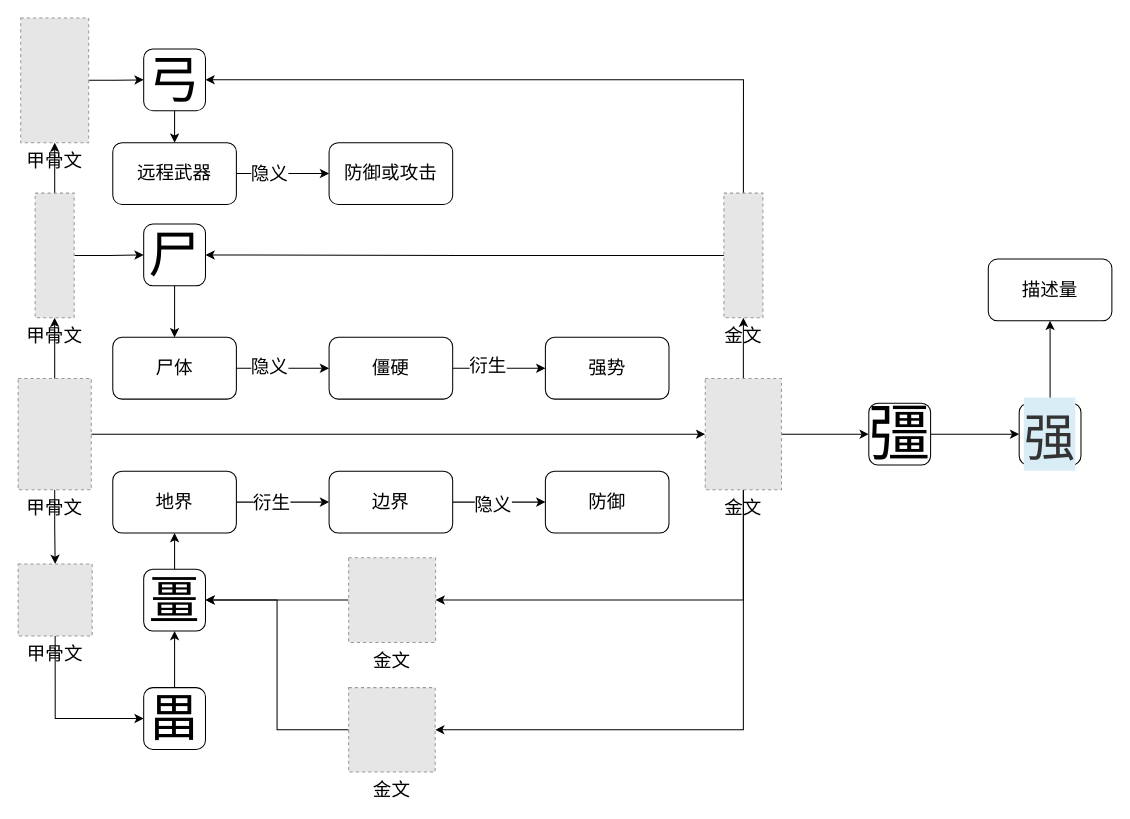
Above: page "强" (1 of 2) of diagram/sound_gang.drawio in GongLongDong/ChineseOrigin (draw.io), before the change. Source tidied: cells renumbered, new cells numbered last; positions are measured from the earlier drawing's top-left corner, leaving out a move shared by most shapes. Both pictures are drawn from the tidied source at 103%, with x=0, y=0 at pixel (18, 18). Pictures stored in the file or linked from it are replaced by grey dashed boxes.
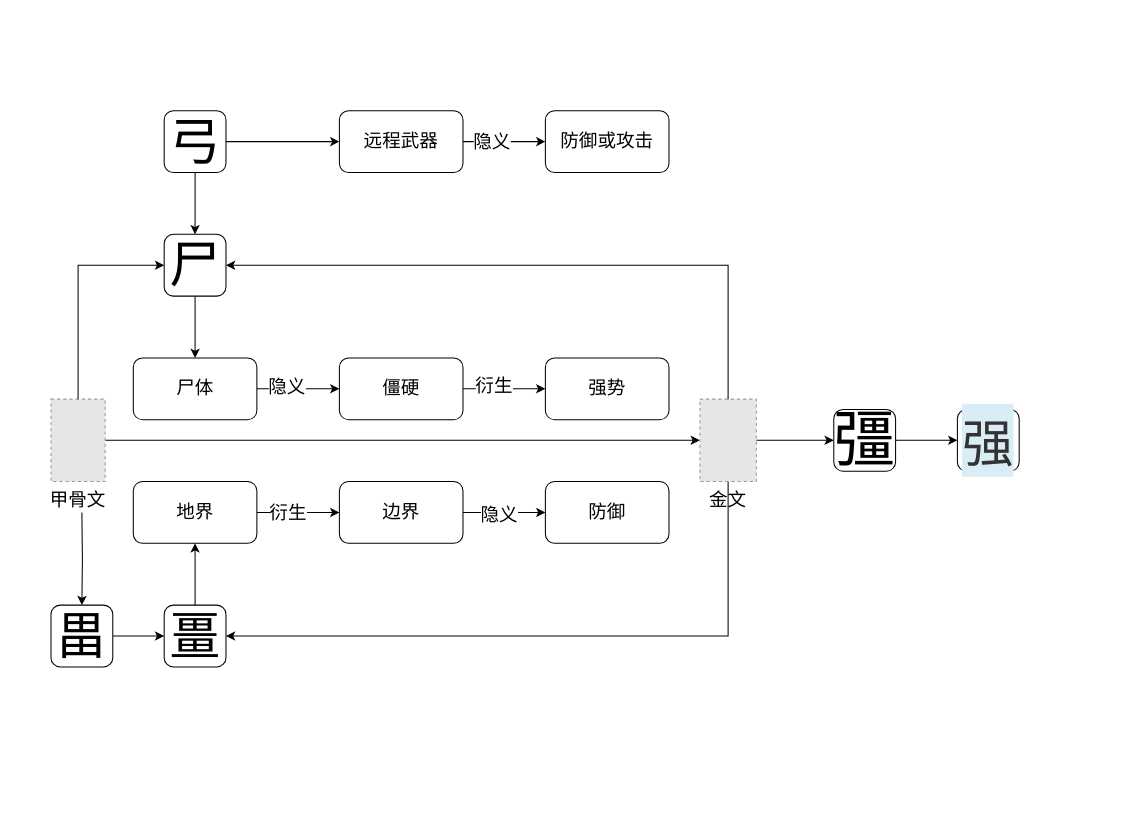
Above is the later version.

Diff of the diagram source:
```diff
@@
     <mxCell id="4" value="尸体" style="rounded=1;whiteSpace=wrap;html=1;fontSize=18;" parent="1" vertex="1">
-      <mxGeometry x="92" y="310" width="120" height="60" as="geometry" />
+      <mxGeometry x="111.9" y="330" width="120" height="60" as="geometry" />
     </mxCell>
-    <mxCell id="5" style="edgeStyle=orthogonalEdgeStyle;rounded=0;jettySize=auto;html=1;entryX=0;entryY=0.5;entryDx=0;entryDy=0;" parent="1" edge="1" source="6" target="27">
-      <mxGeometry relative="1" as="geometry" />
-    </mxCell>
-    <mxCell id="6" value="甲骨文" style="fillColor=#E6E6E6;strokeColor=#999999;dashed=1;verticalLabelPosition=bottom;verticalAlign=top;fontSize=18;" parent="1" vertex="1">
-      <mxGeometry x="2.6" width="66" height="121" as="geometry" />
-    </mxCell>
-    <mxCell id="7" style="edgeStyle=orthogonalEdgeStyle;rounded=0;jettySize=auto;html=1;entryX=0.5;entryY=1;entryDx=0;entryDy=0;" parent="1" edge="1" source="9" target="6">
-      <mxGeometry relative="1" as="geometry" />
-    </mxCell>
-    <mxCell id="8" style="edgeStyle=orthogonalEdgeStyle;rounded=0;jettySize=auto;html=1;entryX=0;entryY=0.5;entryDx=0;entryDy=0;" parent="1" edge="1" source="9" target="29">
-      <mxGeometry relative="1" as="geometry" />
-    </mxCell>
-    <mxCell id="9" value="甲骨文" style="fillColor=#E6E6E6;strokeColor=#999999;dashed=1;verticalLabelPosition=bottom;verticalAlign=top;fontSize=18;" parent="1" vertex="1">
-      <mxGeometry x="16.6" y="170" width="37.9" height="121" as="geometry" />
-    </mxCell>
-    <mxCell id="10" style="edgeStyle=orthogonalEdgeStyle;rounded=0;jettySize=auto;html=1;" parent="1" edge="1" source="12" target="18">
+    <mxCell id="10" style="edgeStyle=orthogonalEdgeStyle;rounded=0;jettySize=auto;html=1;exitX=1;exitY=0.5;exitDx=0;exitDy=0;" parent="1" edge="1" source="12" target="18">
       <mxGeometry relative="1" as="geometry" />
     </mxCell>
-    <mxCell id="11" style="edgeStyle=orthogonalEdgeStyle;rounded=0;jettySize=auto;html=1;entryX=0.5;entryY=0;entryDx=0;entryDy=0;fontSize=50;" parent="1" edge="1" source="12" target="22">
-      <mxGeometry relative="1" as="geometry" />
-    </mxCell>
+    <mxCell id="56" style="edgeStyle=orthogonalEdgeStyle;rounded=0;jettySize=auto;html=1;entryX=0.5;entryY=0;entryDx=0;entryDy=0;fontSize=18;" parent="1" edge="1" target="54">
+      <mxGeometry relative="1" as="geometry">
+        <mxPoint x="62" y="480" as="sourcePoint" />
+      </mxGeometry>
+    </mxCell>
     <mxCell id="12" value="甲骨文" style="fillColor=#E6E6E6;strokeColor=#999999;dashed=1;verticalLabelPosition=bottom;verticalAlign=top;fontSize=18;" parent="1" vertex="1">
-      <mxGeometry x="0.1" y="350" width="71" height="108" as="geometry" />
+      <mxGeometry x="32" y="370" width="52.6" height="80" as="geometry" />
     </mxCell>
+    <mxCell id="14" style="edgeStyle=orthogonalEdgeStyle;rounded=0;jettySize=auto;html=1;entryX=0;entryY=0.5;entryDx=0;entryDy=0;exitX=0.5;exitY=0;exitDx=0;exitDy=0;" parent="1" edge="1" source="12" target="29">
+      <mxGeometry relative="1" as="geometry" />
+    </mxCell>
+    <mxCell id="57" style="edgeStyle=orthogonalEdgeStyle;rounded=0;jettySize=auto;html=1;entryX=1;entryY=0.5;entryDx=0;entryDy=0;fontSize=18;exitX=0.5;exitY=1;exitDx=0;exitDy=0;" parent="1" edge="1" source="18" target="34">
+      <mxGeometry relative="1" as="geometry" />
+    </mxCell>
-    <mxCell id="13" style="edgeStyle=orthogonalEdgeStyle;rounded=0;jettySize=auto;html=1;" parent="1" edge="1" source="18" target="20">
+    <mxCell id="13" style="edgeStyle=orthogonalEdgeStyle;rounded=0;jettySize=auto;html=1;entryX=0;entryY=0.5;entryDx=0;entryDy=0;fontSize=18;" parent="1" edge="1" source="18" target="20">
       <mxGeometry relative="1" as="geometry" />
     </mxCell>
-    <mxCell id="14" style="edgeStyle=orthogonalEdgeStyle;rounded=0;jettySize=auto;html=1;entryX=0.5;entryY=1;entryDx=0;entryDy=0;exitX=0.5;exitY=0;exitDx=0;exitDy=0;" parent="1" edge="1" source="12" target="9">
-      <mxGeometry relative="1" as="geometry" />
-    </mxCell>
-    <mxCell id="15" style="edgeStyle=orthogonalEdgeStyle;rounded=0;jettySize=auto;html=1;entryX=0.5;entryY=1;entryDx=0;entryDy=0;" parent="1" edge="1" source="18" target="25">
-      <mxGeometry relative="1" as="geometry" />
-    </mxCell>
-    <mxCell id="16" style="edgeStyle=orthogonalEdgeStyle;rounded=0;jettySize=auto;html=1;entryX=1;entryY=0.5;entryDx=0;entryDy=0;fontSize=18;exitX=0.5;exitY=1;exitDx=0;exitDy=0;" parent="1" edge="1" source="18" target="52">
-      <mxGeometry relative="1" as="geometry" />
-    </mxCell>
-    <mxCell id="17" style="edgeStyle=orthogonalEdgeStyle;rounded=0;jettySize=auto;html=1;entryX=1;entryY=0.5;entryDx=0;entryDy=0;fontSize=18;exitX=0.5;exitY=1;exitDx=0;exitDy=0;" parent="1" edge="1" source="18" target="50">
-      <mxGeometry relative="1" as="geometry" />
-    </mxCell>
     <mxCell id="18" value="金文" style="fillColor=#E6E6E6;strokeColor=#999999;dashed=1;verticalLabelPosition=bottom;verticalAlign=top;fontSize=18;" parent="1" vertex="1">
-      <mxGeometry x="667.2" y="350" width="74" height="108" as="geometry" />
+      <mxGeometry x="662" y="370" width="54.8" height="80" as="geometry" />
     </mxCell>
@@
     <mxCell id="20" value="&lt;font style=&quot;font-size: 60px&quot;&gt;彊&lt;/font&gt;" style="rounded=1;whiteSpace=wrap;html=1;" parent="1" vertex="1">
-      <mxGeometry x="826" y="374" width="60" height="60" as="geometry" />
+      <mxGeometry x="792" y="380" width="60" height="60" as="geometry" />
     </mxCell>
-    <mxCell id="21" style="edgeStyle=orthogonalEdgeStyle;rounded=0;jettySize=auto;html=1;entryX=0;entryY=0.5;entryDx=0;entryDy=0;fontSize=50;exitX=0.5;exitY=1;exitDx=0;exitDy=0;" parent="1" edge="1" source="22" target="54">
-      <mxGeometry relative="1" as="geometry" />
-    </mxCell>
-    <mxCell id="22" value="甲骨文" style="fillColor=#E6E6E6;strokeColor=#999999;dashed=1;verticalLabelPosition=bottom;verticalAlign=top;fontSize=18;" parent="1" vertex="1">
-      <mxGeometry x="0.1" y="530" width="71.9" height="70" as="geometry" />
-    </mxCell>
-    <mxCell id="23" style="edgeStyle=orthogonalEdgeStyle;rounded=0;jettySize=auto;html=1;" parent="1" edge="1" source="25" target="29">
+    <mxCell id="23" style="edgeStyle=orthogonalEdgeStyle;rounded=0;jettySize=auto;html=1;exitX=0.5;exitY=0;exitDx=0;exitDy=0;entryX=1;entryY=0.5;entryDx=0;entryDy=0;" parent="1" edge="1" source="18" target="29">
       <mxGeometry relative="1" as="geometry" />
     </mxCell>
-    <mxCell id="24" style="edgeStyle=orthogonalEdgeStyle;rounded=0;jettySize=auto;html=1;entryX=1;entryY=0.5;entryDx=0;entryDy=0;exitX=0.5;exitY=0;exitDx=0;exitDy=0;" parent="1" edge="1" source="25" target="27">
-      <mxGeometry relative="1" as="geometry" />
-    </mxCell>
-    <mxCell id="25" value="金文" style="fillColor=#E6E6E6;strokeColor=#999999;dashed=1;verticalLabelPosition=bottom;verticalAlign=top;fontSize=18;" parent="1" vertex="1">
-      <mxGeometry x="685.3" y="170" width="37.9" height="121" as="geometry" />
-    </mxCell>
@@
+    <mxCell id="58" style="edgeStyle=orthogonalEdgeStyle;rounded=0;jettySize=auto;html=1;entryX=0.5;entryY=0;entryDx=0;entryDy=0;fontSize=18;" parent="1" edge="1" source="27" target="29">
+      <mxGeometry relative="1" as="geometry" />
+    </mxCell>
     <mxCell id="27" value="&lt;font style=&quot;font-size: 50px&quot;&gt;弓&lt;/font&gt;" style="rounded=1;whiteSpace=wrap;html=1;" parent="1" vertex="1">
-      <mxGeometry x="122" y="30" width="60" height="60" as="geometry" />
+      <mxGeometry x="141.9" y="90" width="60" height="60" as="geometry" />
     </mxCell>
@@
     <mxCell id="29" value="&lt;font style=&quot;font-size: 50px&quot;&gt;尸&lt;/font&gt;" style="rounded=1;whiteSpace=wrap;html=1;" parent="1" vertex="1">
-      <mxGeometry x="122" y="200" width="60" height="60" as="geometry" />
+      <mxGeometry x="141.9" y="210" width="60" height="60" as="geometry" />
     </mxCell>
-    <mxCell id="30" style="edgeStyle=orthogonalEdgeStyle;rounded=0;jettySize=auto;html=1;fontSize=18;" parent="1" edge="1" source="31" target="55">
-      <mxGeometry relative="1" as="geometry" />
-    </mxCell>
     <mxCell id="31" value="&lt;span style=&quot;color: rgb(51 , 51 , 51) ; font-family: &amp;#34;helvetica neue&amp;#34; , &amp;#34;helvetica&amp;#34; , &amp;#34;arial&amp;#34; , sans-serif ; font-size: 50px ; background-color: rgb(217 , 237 , 247)&quot;&gt;强&lt;/span&gt;" style="rounded=1;whiteSpace=wrap;html=1;" parent="1" vertex="1">
-      <mxGeometry x="972" y="374" width="60" height="60" as="geometry" />
+      <mxGeometry x="912" y="380" width="60" height="60" as="geometry" />
     </mxCell>
-    <mxCell id="32" style="edgeStyle=orthogonalEdgeStyle;rounded=0;jettySize=auto;html=1;entryX=1;entryY=0.5;entryDx=0;entryDy=0;fontSize=50;startArrow=none;" parent="1" edge="1" source="50" target="34">
-      <mxGeometry relative="1" as="geometry" />
-    </mxCell>
@@
     <mxCell id="34" value="&lt;span style=&quot;font-size: 50px&quot;&gt;畺&lt;/span&gt;" style="rounded=1;whiteSpace=wrap;html=1;" parent="1" vertex="1">
-      <mxGeometry x="122" y="535.1" width="60" height="60" as="geometry" />
+      <mxGeometry x="141.9" y="570" width="60" height="60" as="geometry" />
     </mxCell>
@@
     <mxCell id="37" value="僵硬" style="rounded=1;whiteSpace=wrap;html=1;fontSize=18;" parent="1" vertex="1">
-      <mxGeometry x="302" y="310" width="120" height="60" as="geometry" />
+      <mxGeometry x="312" y="330" width="120" height="60" as="geometry" />
     </mxCell>
@@
     <mxCell id="40" value="&lt;font style=&quot;font-size: 18px&quot;&gt;地界&lt;/font&gt;" style="whiteSpace=wrap;html=1;rounded=1;" parent="1" vertex="1">
-      <mxGeometry x="92" y="440" width="120" height="60" as="geometry" />
+      <mxGeometry x="111.9" y="450" width="120" height="60" as="geometry" />
     </mxCell>
@@
     <mxCell id="43" value="&lt;font style=&quot;font-size: 18px&quot;&gt;边界&lt;/font&gt;" style="whiteSpace=wrap;html=1;rounded=1;" parent="1" vertex="1">
-      <mxGeometry x="302" y="440" width="120" height="60" as="geometry" />
+      <mxGeometry x="312" y="450" width="120" height="60" as="geometry" />
     </mxCell>
@@
     <mxCell id="46" value="&lt;font style=&quot;font-size: 18px&quot;&gt;远程武器&lt;/font&gt;" style="whiteSpace=wrap;html=1;rounded=1;" parent="1" vertex="1">
-      <mxGeometry x="92" y="121" width="120" height="60" as="geometry" />
+      <mxGeometry x="312" y="90" width="120" height="60" as="geometry" />
     </mxCell>
     <mxCell id="47" value="&lt;span style=&quot;font-size: 18px&quot;&gt;防御或攻击&lt;/span&gt;" style="whiteSpace=wrap;html=1;rounded=1;" parent="1" vertex="1">
-      <mxGeometry x="302" y="121" width="120" height="60" as="geometry" />
+      <mxGeometry x="512" y="90" width="120" height="60" as="geometry" />
     </mxCell>
     <mxCell id="48" value="&lt;font style=&quot;font-size: 18px&quot;&gt;防御&lt;/font&gt;" style="whiteSpace=wrap;html=1;rounded=1;" parent="1" vertex="1">
-      <mxGeometry x="512" y="440" width="120" height="60" as="geometry" />
+      <mxGeometry x="512" y="450" width="120" height="60" as="geometry" />
     </mxCell>
     <mxCell id="49" value="强势" style="rounded=1;whiteSpace=wrap;html=1;fontSize=18;" parent="1" vertex="1">
-      <mxGeometry x="512" y="310" width="120" height="60" as="geometry" />
+      <mxGeometry x="512" y="330" width="120" height="60" as="geometry" />
     </mxCell>
-    <mxCell id="50" value="金文" style="fillColor=#E6E6E6;strokeColor=#999999;dashed=1;verticalLabelPosition=bottom;verticalAlign=top;fontSize=18;" parent="1" vertex="1">
-      <mxGeometry x="321" y="650.1" width="84" height="82" as="geometry" />
-    </mxCell>
-    <mxCell id="51" style="edgeStyle=orthogonalEdgeStyle;rounded=0;jettySize=auto;html=1;entryX=1;entryY=0.5;entryDx=0;entryDy=0;fontSize=18;" parent="1" edge="1" source="52" target="34">
-      <mxGeometry relative="1" as="geometry" />
-    </mxCell>
-    <mxCell id="52" value="金文" style="fillColor=#E6E6E6;strokeColor=#999999;dashed=1;verticalLabelPosition=bottom;verticalAlign=top;fontSize=18;" parent="1" vertex="1">
-      <mxGeometry x="321" y="524" width="84.4" height="82.2" as="geometry" />
-    </mxCell>
-    <mxCell id="53" style="edgeStyle=orthogonalEdgeStyle;rounded=0;jettySize=auto;html=1;entryX=0.5;entryY=1;entryDx=0;entryDy=0;fontSize=50;" parent="1" edge="1" source="54" target="34">
+    <mxCell id="53" style="edgeStyle=orthogonalEdgeStyle;rounded=0;jettySize=auto;html=1;entryX=0;entryY=0.5;entryDx=0;entryDy=0;fontSize=50;" parent="1" edge="1" source="54" target="34">
       <mxGeometry relative="1" as="geometry" />
     </mxCell>
     <mxCell id="54" value="&lt;font style=&quot;font-size: 50px&quot;&gt;畕&lt;/font&gt;" style="rounded=1;whiteSpace=wrap;html=1;" parent="1" vertex="1">
-      <mxGeometry x="122" y="650.1" width="60" height="60" as="geometry" />
+      <mxGeometry x="32" y="570" width="60" height="60" as="geometry" />
     </mxCell>
-    <mxCell id="55" value="&lt;font style=&quot;font-size: 18px&quot;&gt;描述量&lt;/font&gt;" style="whiteSpace=wrap;html=1;rounded=1;" parent="1" vertex="1">
-      <mxGeometry x="942" y="234" width="120" height="60" as="geometry" />
-    </mxCell>
```
